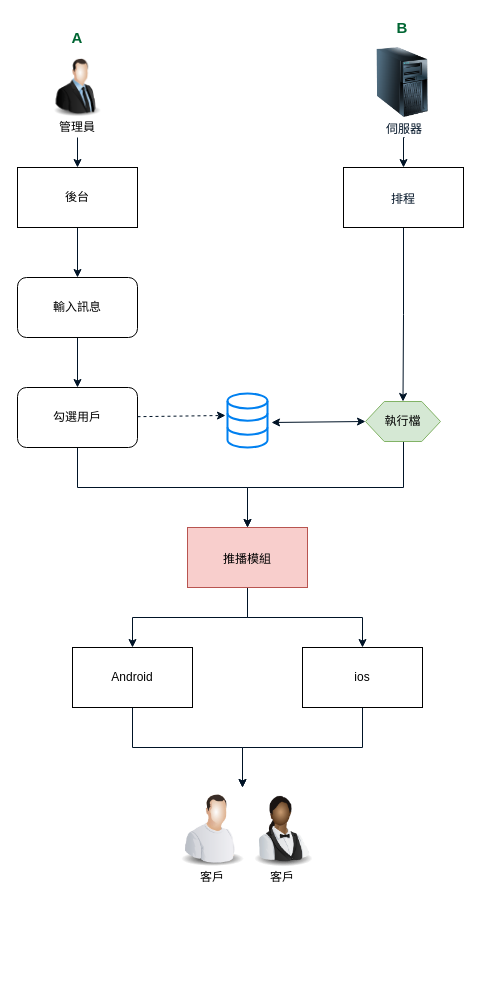
Before: PushNotificationFlow.drawio in JustinZelus/PushNotificationFlow, a draw.io diagram. Source tidied: cells renumbered, new cells numbered last; positions are measured from the earlier drawing's top-left corner, leaving out a move shared by most shapes. Both pictures are drawn from the tidied source at 100%, with x=0, y=0 at pixel (17, 17).
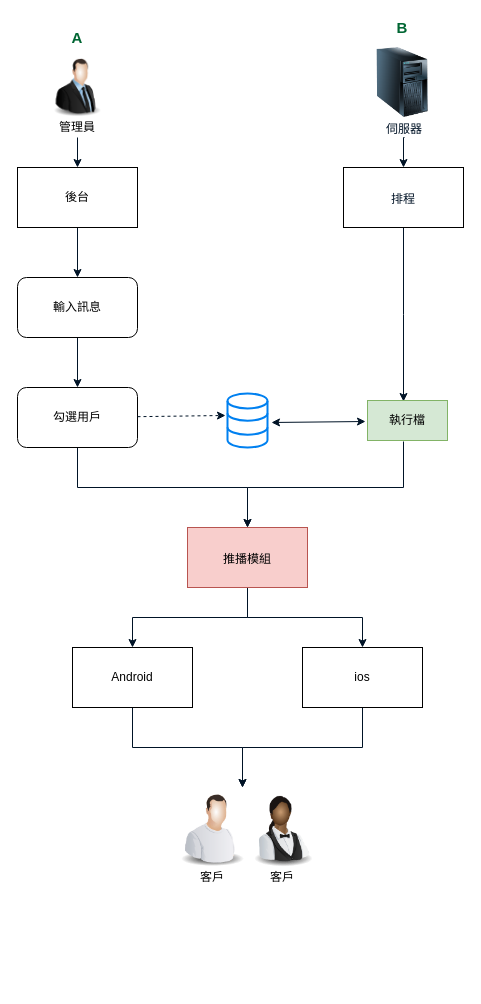
After the change.

Unchanged cells that the change refers to:
```xml
<mxCell id="13" style="html=1;verticalLabelPosition=bottom;align=center;labelBackgroundColor=#ffffff;verticalAlign=top;strokeWidth=2;strokeColor=#0080F0;shadow=0;dashed=0;shape=mxgraph.ios7.icons.data;" parent="1" vertex="1">
  <mxGeometry x="210" y="376" width="40" height="54" as="geometry" />
</mxCell>
<mxCell id="26" value="&lt;font style=&quot;font-size: 12px&quot;&gt;排程&lt;/font&gt;" style="rounded=0;whiteSpace=wrap;html=1;fontSize=15;fontColor=#001326;" parent="1" vertex="1">
  <mxGeometry x="326" y="150" width="120" height="60" as="geometry" />
</mxCell>
```

What changed in the source:
```diff
@@
-    <mxCell id="20" value="執行檔" style="shape=hexagon;perimeter=hexagonPerimeter2;whiteSpace=wrap;html=1;fillColor=#d5e8d4;strokeColor=#82b366;" parent="1" vertex="1">
-      <mxGeometry x="348" y="384" width="75" height="40" as="geometry" />
-    </mxCell>
@@
-    <mxCell id="25" style="edgeStyle=orthogonalEdgeStyle;rounded=0;jettySize=auto;html=1;exitX=0.5;exitY=1;exitDx=0;exitDy=0;strokeColor=#001326;fontSize=15;fontColor=#001326;" parent="1" edge="1" source="26" target="20">
-      <mxGeometry relative="1" as="geometry" />
+    <mxCell id="25" style="edgeStyle=orthogonalEdgeStyle;rounded=0;jettySize=auto;html=1;exitX=0.5;exitY=1;exitDx=0;exitDy=0;strokeColor=#001326;fontSize=15;fontColor=#001326;" parent="1" edge="1" source="26">
+      <mxGeometry relative="1" as="geometry">
+        <mxPoint x="386" y="384" as="targetPoint" />
+      </mxGeometry>
     </mxCell>
@@
-    <mxCell id="28" style="endArrow=classic;startArrow=classic;html=1;strokeColor=#001326;fontSize=15;fontColor=#001326;exitX=1.1;exitY=0.537;exitDx=0;exitDy=0;exitPerimeter=0;entryX=0;entryY=0.5;entryDx=0;entryDy=0;" parent="1" edge="1" source="13" target="20">
-      <mxGeometry relative="1" as="geometry" />
+    <mxCell id="28" style="endArrow=classic;startArrow=classic;html=1;strokeColor=#001326;fontSize=15;fontColor=#001326;exitX=1.1;exitY=0.537;exitDx=0;exitDy=0;exitPerimeter=0;entryX=0;entryY=0.5;entryDx=0;entryDy=0;" parent="1" edge="1" source="13">
+      <mxGeometry relative="1" as="geometry">
+        <mxPoint x="348" y="404" as="targetPoint" />
+      </mxGeometry>
     </mxCell>
@@
+    <mxCell id="20" value="執行檔" style="rounded=0;whiteSpace=wrap;html=1;fillColor=#d5e8d4;strokeColor=#82b366;" parent="1" vertex="1">
+      <mxGeometry x="350" y="383" width="80" height="40" as="geometry" />
+    </mxCell>
```
